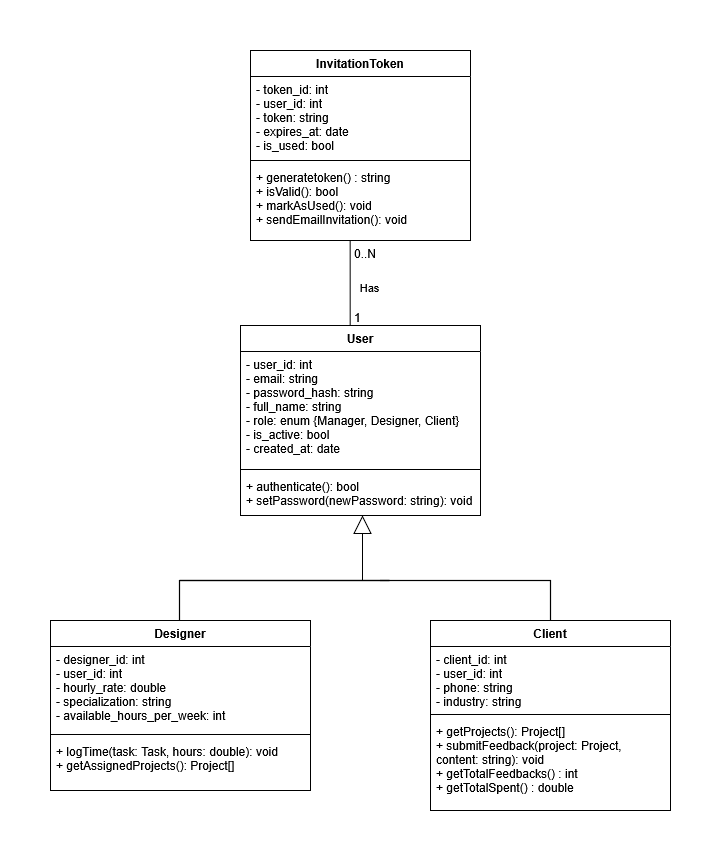
The draw.io diagram docs/diagrams/ClassSP1.drawio.png in mahdi000666/DesignFlow, before a commit. Source tidied: cells renumbered, new cells last; positions are measured from the earlier drawing's top-left corner, leaving out a move shared by most shapes. Source of this version:
```xml
<mxGraphModel>
  <root>
    <mxCell id="0" />
    <mxCell id="1" parent="0" />
    <mxCell id="2" value="User" style="swimlane;fontStyle=1;align=center;verticalAlign=top;horizontal=1;startSize=26;swimlaneFillColor=default;" parent="1" vertex="1">
      <mxGeometry x="190" y="275" width="240" height="190" as="geometry" />
    </mxCell>
    <mxCell id="3" value="- user_id: int&#10;- email: string&#10;- password_hash: string&#10;- full_name: string&#10;- role: enum {Manager, Designer, Client}&#10;- is_active: bool&#10;- created_at: date" style="text;strokeColor=none;fillColor=none;align=left;verticalAlign=top;spacingLeft=4;spacingRight=4;overflow=hidden;" parent="2" vertex="1">
      <mxGeometry y="26" width="240" height="114" as="geometry" />
    </mxCell>
    <mxCell id="4" style="line;strokeWidth=1;fillColor=none;align=left;verticalAlign=middle;spacingTop=-1;spacingLeft=3;spacingRight=3;labelPosition=right;" parent="2" vertex="1">
      <mxGeometry y="140" width="240" height="8" as="geometry" />
    </mxCell>
    <mxCell id="5" value="+ authenticate(): bool&#10;+ setPassword(newPassword: string): void" style="text;strokeColor=none;fillColor=none;align=left;verticalAlign=top;spacingLeft=4;spacingRight=4;overflow=hidden;points=[[0,0.5],[1,0.5]];portConstraint=eastwest;" parent="2" vertex="1">
      <mxGeometry y="148" width="240" height="42" as="geometry" />
    </mxCell>
    <mxCell id="6" value="Designer" style="swimlane;fontStyle=1;align=center;verticalAlign=top;horizontal=1;startSize=26;swimlaneFillColor=default;" parent="1" vertex="1">
      <mxGeometry y="570" width="260" height="170" as="geometry" />
    </mxCell>
    <mxCell id="7" value="- designer_id: int&#10;- user_id: int&#10;- hourly_rate: double&#10;- specialization: string&#10;- available_hours_per_week: int" style="text;strokeColor=none;fillColor=none;align=left;verticalAlign=top;spacingLeft=4;spacingRight=4;overflow=hidden;" parent="6" vertex="1">
      <mxGeometry y="26" width="260" height="84" as="geometry" />
    </mxCell>
    <mxCell id="8" style="line;strokeWidth=1;fillColor=none;align=left;verticalAlign=middle;spacingTop=-1;spacingLeft=3;spacingRight=3;labelPosition=right;" parent="6" vertex="1">
      <mxGeometry y="110" width="260" height="8" as="geometry" />
    </mxCell>
    <mxCell id="9" value="+ logTime(task: Task, hours: double): void&#10;+ getAssignedProjects(): Project[]" style="text;strokeColor=none;fillColor=none;align=left;verticalAlign=top;spacingLeft=4;spacingRight=4;overflow=hidden;" parent="6" vertex="1">
      <mxGeometry y="118" width="260" height="52" as="geometry" />
    </mxCell>
    <mxCell id="10" value="Client" style="swimlane;fontStyle=1;align=center;verticalAlign=top;horizontal=1;startSize=26;swimlaneFillColor=default;" parent="1" vertex="1">
      <mxGeometry x="380" y="570" width="240" height="190" as="geometry" />
    </mxCell>
    <mxCell id="11" value="- client_id: int&#10;- user_id: int&#10;- phone: string&#10;- industry: string" style="text;strokeColor=none;fillColor=none;align=left;verticalAlign=top;spacingLeft=4;spacingRight=4;overflow=hidden;" parent="10" vertex="1">
      <mxGeometry y="26" width="240" height="64" as="geometry" />
    </mxCell>
    <mxCell id="12" style="line;strokeWidth=1;fillColor=none;align=left;verticalAlign=middle;spacingTop=-1;spacingLeft=3;spacingRight=3;labelPosition=right;" parent="10" vertex="1">
      <mxGeometry y="90" width="240" height="8" as="geometry" />
    </mxCell>
    <mxCell id="13" value="+ getProjects(): Project[]&#10;+ submitFeedback(project: Project,&#10;  content: string): void&#10;+ getTotalFeedbacks() : int&#10;+ getTotalSpent() : double" style="text;strokeColor=none;fillColor=none;align=left;verticalAlign=top;spacingLeft=4;spacingRight=4;overflow=hidden;" parent="10" vertex="1">
      <mxGeometry y="98" width="240" height="92" as="geometry" />
    </mxCell>
    <mxCell id="14" value="InvitationToken" style="swimlane;fontStyle=1;align=center;verticalAlign=top;horizontal=1;startSize=26;swimlaneFillColor=default;" parent="1" vertex="1">
      <mxGeometry x="200" width="220" height="190" as="geometry" />
    </mxCell>
    <mxCell id="15" value="- token_id: int&#10;- user_id: int &#10;- token: string&#10;- expires_at: date&#10;- is_used: bool" style="text;strokeColor=none;fillColor=none;align=left;verticalAlign=top;spacingLeft=4;spacingRight=4;overflow=hidden;" parent="14" vertex="1">
      <mxGeometry y="26" width="220" height="80" as="geometry" />
    </mxCell>
    <mxCell id="16" style="line;strokeWidth=1;fillColor=none;align=left;verticalAlign=middle;spacingTop=-1;spacingLeft=3;spacingRight=3;labelPosition=right;" parent="14" vertex="1">
      <mxGeometry y="106" width="220" height="8" as="geometry" />
    </mxCell>
    <mxCell id="17" value="+ generatetoken() : string&#10;+ isValid(): bool&#10;+ markAsUsed(): void&#10;+ sendEmailInvitation(): void" style="text;strokeColor=none;fillColor=none;align=left;verticalAlign=top;spacingLeft=4;spacingRight=4;overflow=hidden;points=[[0,0.5],[1,0.5]];portConstraint=eastwest;" parent="14" vertex="1">
      <mxGeometry y="114" width="220" height="76" as="geometry" />
    </mxCell>
    <mxCell id="18" style="endArrow=none;startArrow=none;endFill=0;startFill=0;endSize=8;html=1;verticalAlign=bottom;labelBackgroundColor=none;strokeWidth=1.2;rounded=0;entryX=0.5;entryY=0;entryDx=0;entryDy=0;" parent="1" edge="1" target="10">
      <mxGeometry relative="1" as="geometry">
        <mxPoint x="330" y="530" as="sourcePoint" />
        <Array as="points">
          <mxPoint x="500" y="530" />
        </Array>
      </mxGeometry>
    </mxCell>
    <mxCell id="19" style="endArrow=none;startArrow=none;endFill=0;startFill=0;endSize=8;html=1;verticalAlign=bottom;labelBackgroundColor=none;strokeWidth=1.2;rounded=0;exitX=0.5;exitY=0;exitDx=0;exitDy=0;" parent="1" edge="1">
      <mxGeometry relative="1" as="geometry">
        <mxPoint x="129" y="570" as="sourcePoint" />
        <mxPoint x="129" y="530" as="targetPoint" />
        <Array as="points">
          <mxPoint x="129" y="530" />
          <mxPoint x="339" y="530" />
        </Array>
      </mxGeometry>
    </mxCell>
    <mxCell id="20" style="endArrow=block;endSize=16;endFill=0;html=1;rounded=0;entryX=0.425;entryY=0.881;entryDx=0;entryDy=0;entryPerimeter=0;labelBorderColor=#CC99FF;fontColor=default;labelBackgroundColor=default;strokeColor=default;" parent="1" edge="1">
      <mxGeometry x="-1" y="136" relative="1" as="geometry">
        <mxPoint x="312" y="530" as="sourcePoint" />
        <mxPoint x="312" y="465" as="targetPoint" />
        <mxPoint x="-110" y="56" as="offset" />
      </mxGeometry>
    </mxCell>
    <mxCell id="21" value="Has" style="edgeLabel;html=1;align=center;verticalAlign=middle;" parent="1" vertex="1">
      <mxGeometry x="300" y="230" as="geometry">
        <mxPoint x="18" y="6" as="offset" />
      </mxGeometry>
    </mxCell>
    <mxCell id="22" style="endArrow=none;html=1;rounded=0;entryX=0.453;entryY=0.995;entryDx=0;entryDy=0;entryPerimeter=0;exitX=0.457;exitY=-0.001;exitDx=0;exitDy=0;exitPerimeter=0;" parent="1" edge="1" source="2" target="17">
      <mxGeometry relative="1" as="geometry" />
    </mxCell>
    <mxCell id="23" value="1" style="html=1;whiteSpace=wrap;align=left;verticalAlign=bottom;" parent="22" vertex="1">
      <mxGeometry x="-1" relative="1" as="geometry">
        <mxPoint x="2" as="offset" />
      </mxGeometry>
    </mxCell>
    <mxCell id="24" value="0..N" style="html=1;whiteSpace=wrap;align=right;verticalAlign=bottom;" parent="22" vertex="1">
      <mxGeometry x="1" relative="1" as="geometry">
        <mxPoint x="26" y="20" as="offset" />
      </mxGeometry>
    </mxCell>
  </root>
</mxGraphModel>
```
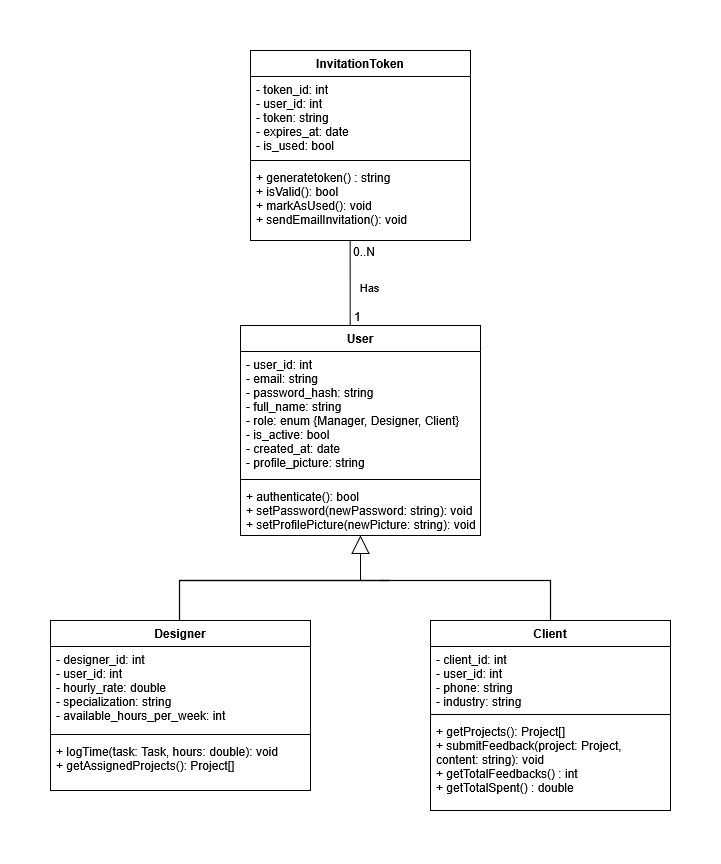
After the change.

The edit, as a diff of the source:
```diff
@@ -3,16 +3,16 @@
     <mxCell id="0" />
     <mxCell id="1" parent="0" />
     <mxCell id="2" value="User" style="swimlane;fontStyle=1;align=center;verticalAlign=top;horizontal=1;startSize=26;swimlaneFillColor=default;" parent="1" vertex="1">
-      <mxGeometry x="190" y="275" width="240" height="190" as="geometry" />
+      <mxGeometry x="190" y="275" width="240" height="210" as="geometry" />
     </mxCell>
-    <mxCell id="3" value="- user_id: int&#10;- email: string&#10;- password_hash: string&#10;- full_name: string&#10;- role: enum {Manager, Designer, Client}&#10;- is_active: bool&#10;- created_at: date" style="text;strokeColor=none;fillColor=none;align=left;verticalAlign=top;spacingLeft=4;spacingRight=4;overflow=hidden;" parent="2" vertex="1">
-      <mxGeometry y="26" width="240" height="114" as="geometry" />
+    <mxCell id="3" value="- user_id: int&#10;- email: string&#10;- password_hash: string&#10;- full_name: string&#10;- role: enum {Manager, Designer, Client}&#10;- is_active: bool&#10;- created_at: date&#10;- profile_picture: string" style="text;strokeColor=none;fillColor=none;align=left;verticalAlign=top;spacingLeft=4;spacingRight=4;overflow=hidden;" parent="2" vertex="1">
+      <mxGeometry y="26" width="240" height="124" as="geometry" />
     </mxCell>
     <mxCell id="4" style="line;strokeWidth=1;fillColor=none;align=left;verticalAlign=middle;spacingTop=-1;spacingLeft=3;spacingRight=3;labelPosition=right;" parent="2" vertex="1">
-      <mxGeometry y="140" width="240" height="8" as="geometry" />
+      <mxGeometry y="150" width="240" height="8" as="geometry" />
     </mxCell>
-    <mxCell id="5" value="+ authenticate(): bool&#10;+ setPassword(newPassword: string): void" style="text;strokeColor=none;fillColor=none;align=left;verticalAlign=top;spacingLeft=4;spacingRight=4;overflow=hidden;points=[[0,0.5],[1,0.5]];portConstraint=eastwest;" parent="2" vertex="1">
-      <mxGeometry y="148" width="240" height="42" as="geometry" />
+    <mxCell id="5" value="+ authenticate(): bool&#10;+ setPassword(newPassword: string): void&#10;+ setProfilePicture(newPicture: string): void" style="text;strokeColor=none;fillColor=none;align=left;verticalAlign=top;spacingLeft=4;spacingRight=4;overflow=hidden;points=[[0,0.5],[1,0.5]];portConstraint=eastwest;" parent="2" vertex="1">
+      <mxGeometry y="158" width="240" height="52" as="geometry" />
     </mxCell>
     <mxCell id="6" value="Designer" style="swimlane;fontStyle=1;align=center;verticalAlign=top;horizontal=1;startSize=26;swimlaneFillColor=default;" parent="1" vertex="1">
       <mxGeometry y="570" width="260" height="170" as="geometry" />
@@ -68,10 +68,9 @@
         </Array>
       </mxGeometry>
     </mxCell>
-    <mxCell id="20" style="endArrow=block;endSize=16;endFill=0;html=1;rounded=0;entryX=0.425;entryY=0.881;entryDx=0;entryDy=0;entryPerimeter=0;labelBorderColor=#CC99FF;fontColor=default;labelBackgroundColor=default;strokeColor=default;" parent="1" edge="1">
+    <mxCell id="20" style="endArrow=block;endSize=16;endFill=0;html=1;rounded=0;labelBorderColor=#CC99FF;fontColor=default;labelBackgroundColor=default;strokeColor=default;" parent="1" edge="1" target="5">
       <mxGeometry x="-1" y="136" relative="1" as="geometry">
-        <mxPoint x="312" y="530" as="sourcePoint" />
-        <mxPoint x="312" y="465" as="targetPoint" />
+        <mxPoint x="310" y="530" as="sourcePoint" />
         <mxPoint x="-110" y="56" as="offset" />
       </mxGeometry>
     </mxCell>
```
